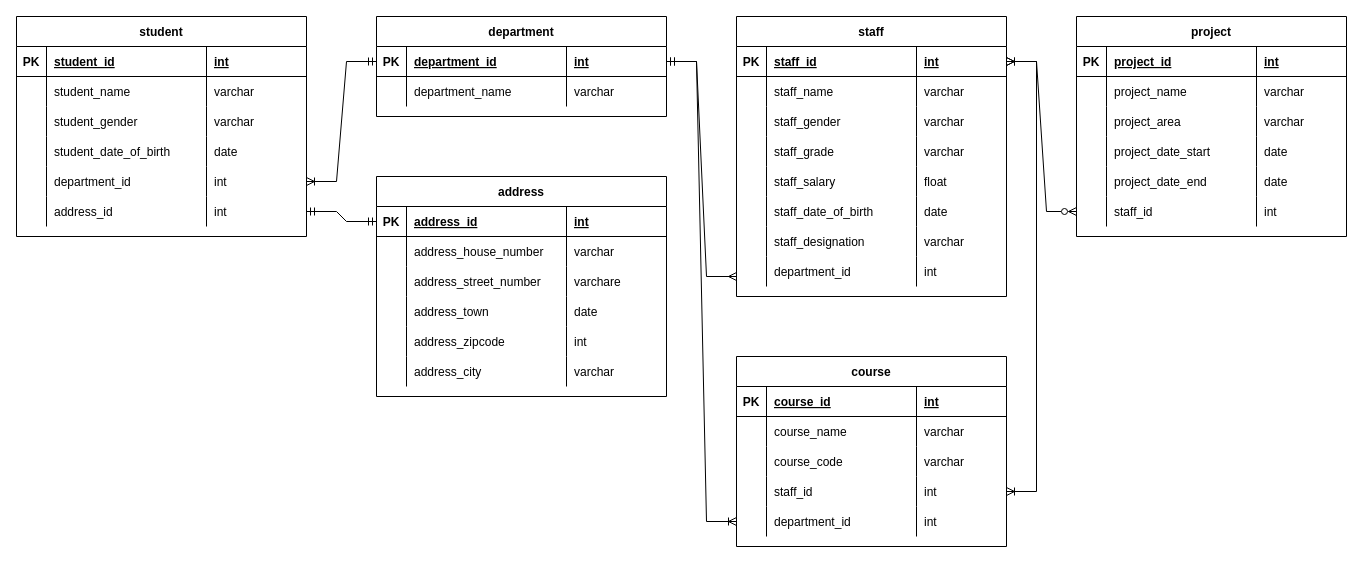
Before: day-3/university_test.drawio in zahinz/SET-Backend, a draw.io diagram. Source tidied: cells renumbered, new cells numbered last; positions are measured from the earlier drawing's top-left corner, leaving out a move shared by most shapes. Both pictures are drawn from the tidied source at 100%, with x=0, y=0 at pixel (16, 16).
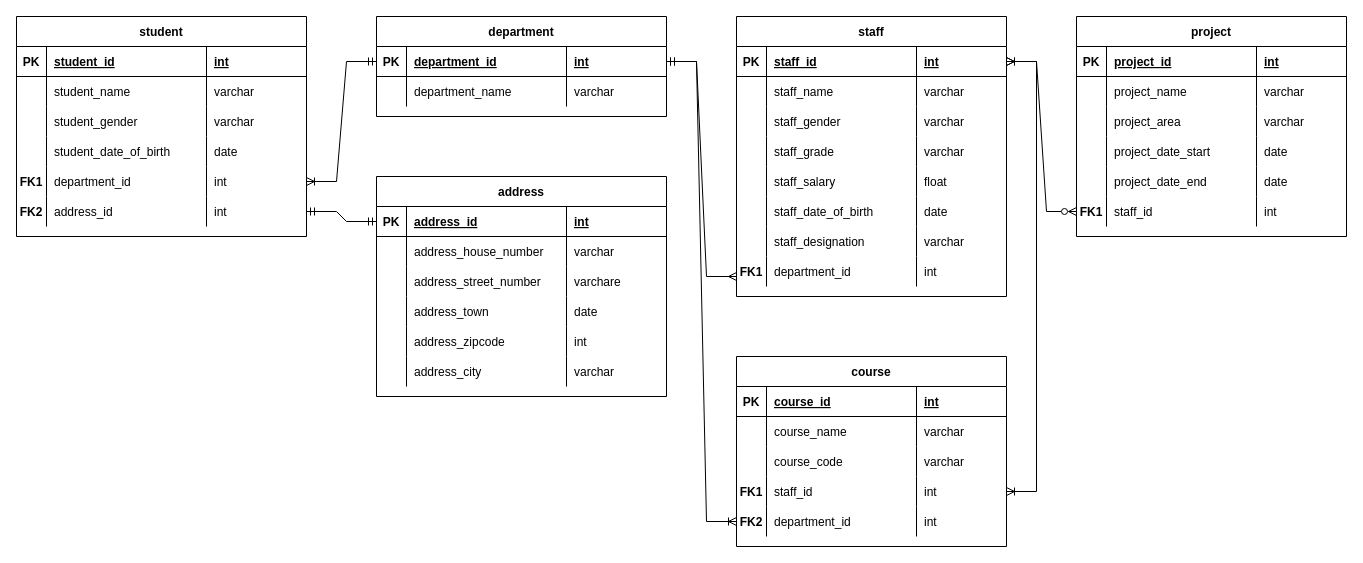
The same page after the edit.

Unchanged cells that the change refers to:
```xml
<mxCell id="19" style="shape=partialRectangle;fillColor=none;top=0;left=0;bottom=0;right=0;points=[[0,0.5],[1,0.5]];portConstraint=eastwest;" parent="2" vertex="1">
  <mxGeometry y="150" width="290" height="30" as="geometry" />
</mxCell>
<mxCell id="23" style="shape=partialRectangle;fillColor=none;top=0;left=0;bottom=0;right=0;points=[[0,0.5],[1,0.5]];portConstraint=eastwest;" parent="2" vertex="1">
  <mxGeometry y="180" width="290" height="30" as="geometry" />
</mxCell>
<mxCell id="74" style="shape=partialRectangle;fillColor=none;top=0;left=0;bottom=0;right=0;points=[[0,0.5],[1,0.5]];portConstraint=eastwest;" parent="61" vertex="1">
  <mxGeometry y="120" width="270" height="30" as="geometry" />
</mxCell>
<mxCell id="78" style="shape=partialRectangle;fillColor=none;top=0;left=0;bottom=0;right=0;points=[[0,0.5],[1,0.5]];portConstraint=eastwest;" parent="61" vertex="1">
  <mxGeometry y="150" width="270" height="30" as="geometry" />
</mxCell>
<mxCell id="111" style="shape=partialRectangle;fillColor=none;top=0;left=0;bottom=0;right=0;" parent="82" vertex="1">
  <mxGeometry y="240" width="270" height="30" as="geometry" />
</mxCell>
<mxCell id="136" style="shape=partialRectangle;fillColor=none;top=0;left=0;bottom=0;right=0;points=[[0,0.5],[1,0.5]];portConstraint=eastwest;" parent="115" vertex="1">
  <mxGeometry y="180" width="270" height="30" as="geometry" />
</mxCell>
```

Change to the diagram source:
```diff
@@
-    <mxCell id="20" style="shape=partialRectangle;fillColor=none;top=0;left=0;bottom=0;right=0;overflow=hidden;" parent="19" vertex="1">
+    <mxCell id="20" value="FK1" style="shape=partialRectangle;fillColor=none;top=0;left=0;bottom=0;right=0;overflow=hidden;fontStyle=1;" parent="19" vertex="1">
       <mxGeometry width="30" height="30" as="geometry" />
     </mxCell>
@@
-    <mxCell id="24" style="shape=partialRectangle;fillColor=none;top=0;left=0;bottom=0;right=0;overflow=hidden;" parent="23" vertex="1">
+    <mxCell id="24" value="FK2" style="shape=partialRectangle;fillColor=none;top=0;left=0;bottom=0;right=0;overflow=hidden;fontStyle=1;" parent="23" vertex="1">
       <mxGeometry width="30" height="30" as="geometry" />
     </mxCell>
@@
-    <mxCell id="75" style="shape=partialRectangle;fillColor=none;top=0;left=0;bottom=0;right=0;overflow=hidden;" parent="74" vertex="1">
+    <mxCell id="75" value="FK1" style="shape=partialRectangle;fillColor=none;top=0;left=0;bottom=0;right=0;overflow=hidden;fontStyle=1;" parent="74" vertex="1">
       <mxGeometry width="30" height="30" as="geometry" />
     </mxCell>
@@
-    <mxCell id="79" style="shape=partialRectangle;fillColor=none;top=0;left=0;bottom=0;right=0;overflow=hidden;" parent="78" vertex="1">
+    <mxCell id="79" value="FK2" style="shape=partialRectangle;fillColor=none;top=0;left=0;bottom=0;right=0;overflow=hidden;fontStyle=1;" parent="78" vertex="1">
       <mxGeometry width="30" height="30" as="geometry" />
     </mxCell>
@@
-    <mxCell id="112" style="shape=partialRectangle;fillColor=none;top=0;left=0;bottom=0;right=0;overflow=hidden;" parent="111" vertex="1">
+    <mxCell id="112" value="FK1" style="shape=partialRectangle;fillColor=none;top=0;left=0;bottom=0;right=0;overflow=hidden;fontStyle=1;" parent="111" vertex="1">
       <mxGeometry width="30" height="30" as="geometry" />
     </mxCell>
@@
-    <mxCell id="137" style="shape=partialRectangle;fillColor=none;top=0;left=0;bottom=0;right=0;overflow=hidden;" parent="136" vertex="1">
+    <mxCell id="137" value="FK1" style="shape=partialRectangle;fillColor=none;top=0;left=0;bottom=0;right=0;overflow=hidden;fontStyle=1;" parent="136" vertex="1">
       <mxGeometry width="30" height="30" as="geometry" />
     </mxCell>
```
